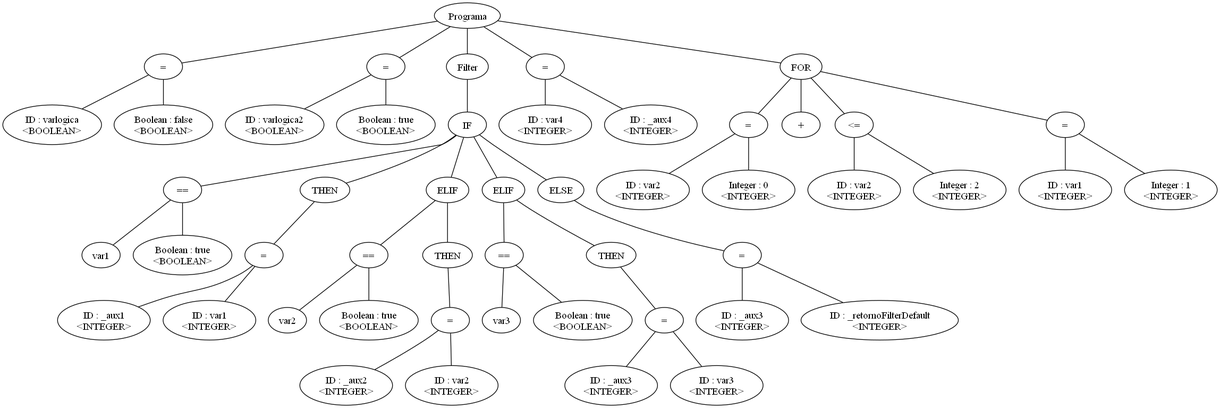
The Graphviz diagram arbol.png in leandroprios/compilador, before a commit. Its source is kept beside it as arbol.dot.
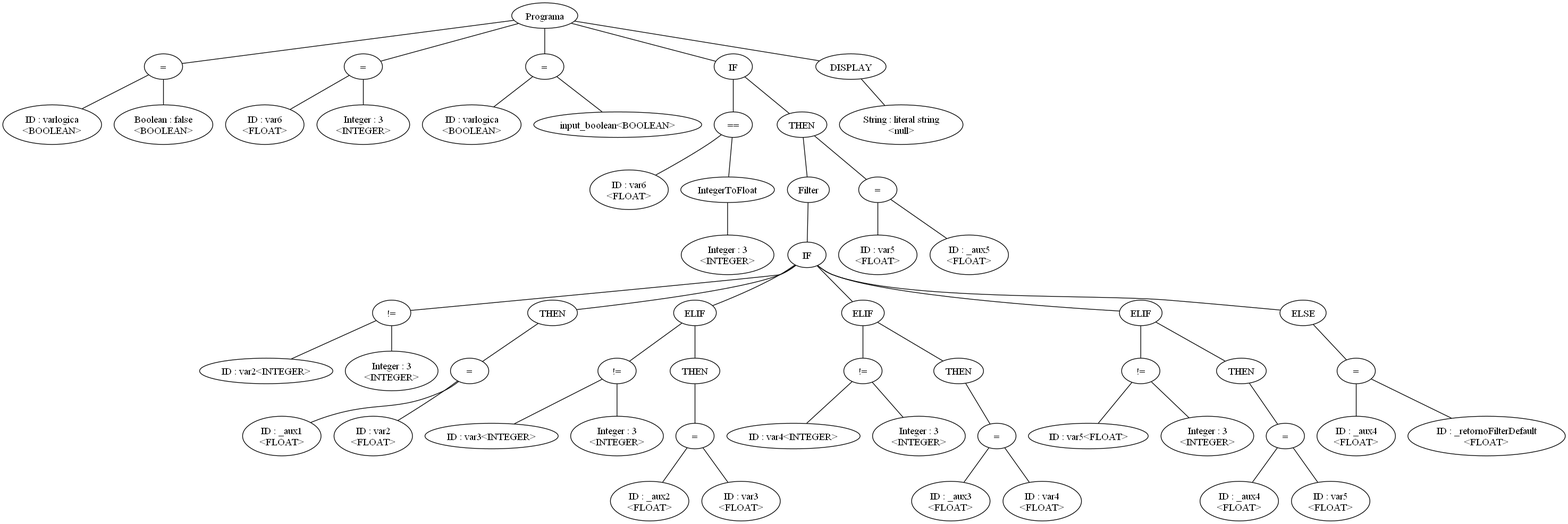
The same file after the commit.

Change to the diagram source:
```diff
@@ -1,100 +1,116 @@
-graph G {nodo_1359029841[label="Programa"]
-nodo_1631131077[label="="]
-nodo_1359029841--nodo_1631131077
-nodo_1608024555[label="ID : varlogica\n<BOOLEAN>"]
-nodo_1631131077--nodo_1608024555
-nodo_1531772277[label="Boolean : false\n<BOOLEAN>"]
-nodo_1631131077--nodo_1531772277
-nodo_52919267[label="="]
-nodo_1359029841--nodo_52919267
-nodo_706331007[label="ID : varlogica2\n<BOOLEAN>"]
-nodo_52919267--nodo_706331007
-nodo_827705870[label="Boolean : true\n<BOOLEAN>"]
-nodo_52919267--nodo_827705870
-nodo_223227396[label="Filter"]
-nodo_1359029841--nodo_223227396
-nodo_890156077[label="IF"]
-nodo_223227396--nodo_890156077
-nodo_1375242698[label="=="]
-nodo_890156077--nodo_1375242698
-nodo_1323449409[label="var1"]
-nodo_1375242698--nodo_1323449409
-nodo_849347991[label="Boolean : true\n<BOOLEAN>"]
-nodo_1375242698--nodo_849347991
-nodo_1555418274[label="THEN"]
-nodo_890156077--nodo_1555418274
-nodo_1743520120[label="="]
-nodo_1555418274--nodo_1743520120
-nodo_951269872[label="ID : _aux1\n<INTEGER>"]
-nodo_1743520120--nodo_951269872
-nodo_168628172[label="ID : var1\n<INTEGER>"]
-nodo_1743520120--nodo_168628172
-nodo_63610975[label="ELIF"]
-nodo_890156077--nodo_63610975
-nodo_69899935[label="=="]
-nodo_63610975--nodo_69899935
-nodo_636961619[label="var2"]
-nodo_69899935--nodo_636961619
-nodo_1206278990[label="Boolean : true\n<BOOLEAN>"]
-nodo_69899935--nodo_1206278990
-nodo_1820050450[label="THEN"]
-nodo_63610975--nodo_1820050450
-nodo_1102455163[label="="]
-nodo_1820050450--nodo_1102455163
-nodo_1589911493[label="ID : _aux2\n<INTEGER>"]
-nodo_1102455163--nodo_1589911493
-nodo_730665848[label="ID : var2\n<INTEGER>"]
-nodo_1102455163--nodo_730665848
-nodo_2084538583[label="ELIF"]
-nodo_890156077--nodo_2084538583
-nodo_208851922[label="=="]
-nodo_2084538583--nodo_208851922
-nodo_1924587438[label="var3"]
-nodo_208851922--nodo_1924587438
-nodo_828572755[label="Boolean : true\n<BOOLEAN>"]
-nodo_208851922--nodo_828572755
-nodo_68469581[label="THEN"]
-nodo_2084538583--nodo_68469581
-nodo_728556074[label="="]
-nodo_68469581--nodo_728556074
-nodo_1868763974[label="ID : _aux3\n<INTEGER>"]
-nodo_728556074--nodo_1868763974
-nodo_1175180133[label="ID : var3\n<INTEGER>"]
-nodo_728556074--nodo_1175180133
-nodo_1944976942[label="ELSE"]
-nodo_890156077--nodo_1944976942
-nodo_1763691930[label="="]
-nodo_1944976942--nodo_1763691930
-nodo_504433372[label="ID : _aux3\n<INTEGER>"]
-nodo_1763691930--nodo_504433372
-nodo_102326912[label="ID : _retornoFilterDefault\n<INTEGER>"]
-nodo_1763691930--nodo_102326912
-nodo_1406621514[label="="]
-nodo_1359029841--nodo_1406621514
-nodo_1152590775[label="ID : var4\n<INTEGER>"]
-nodo_1406621514--nodo_1152590775
-nodo_1382192663[label="ID : _aux4\n<INTEGER>"]
-nodo_1406621514--nodo_1382192663
-nodo_522384313[label="FOR"]
-nodo_1359029841--nodo_522384313
-nodo_1982241296[label="="]
-nodo_522384313--nodo_1982241296
-nodo_735420920[label="ID : var2\n<INTEGER>"]
-nodo_1982241296--nodo_735420920
-nodo_1832999099[label="Integer : 0\n<INTEGER>"]
-nodo_1982241296--nodo_1832999099
-nodo_1710674321[label="+"]
-nodo_522384313--nodo_1710674321
-nodo_658649381[label="<="]
-nodo_522384313--nodo_658649381
-nodo_555650644[label="ID : var2\n<INTEGER>"]
-nodo_658649381--nodo_555650644
-nodo_1191026252[label="Integer : 2\n<INTEGER>"]
-nodo_658649381--nodo_1191026252
-nodo_357868891[label="="]
-nodo_522384313--nodo_357868891
-nodo_598308301[label="ID : var1\n<INTEGER>"]
-nodo_357868891--nodo_598308301
-nodo_1989161922[label="Integer : 1\n<INTEGER>"]
-nodo_357868891--nodo_1989161922
+graph G {nodo_534634305[label="Programa"]
+nodo_346527874[label="="]
+nodo_534634305--nodo_346527874
+nodo_612598944[label="ID : varlogica\n<BOOLEAN>"]
+nodo_346527874--nodo_612598944
+nodo_245730528[label="Boolean : false\n<BOOLEAN>"]
+nodo_346527874--nodo_245730528
+nodo_2146663842[label="="]
+nodo_534634305--nodo_2146663842
+nodo_1463327062[label="ID : var6\n<FLOAT>"]
+nodo_2146663842--nodo_1463327062
+nodo_1864802709[label="Integer : 3\n<INTEGER>"]
+nodo_2146663842--nodo_1864802709
+nodo_1304879645[label="="]
+nodo_534634305--nodo_1304879645
+nodo_691837034[label="ID : varlogica\n<BOOLEAN>"]
+nodo_1304879645--nodo_691837034
+nodo_1304879645--nodo_987584050
+nodo_987584050[label="input_boolean<BOOLEAN>"]
+nodo_1621975797[label="IF"]
+nodo_534634305--nodo_1621975797
+nodo_436314871[label="=="]
+nodo_1621975797--nodo_436314871
+nodo_1471383061[label="ID : var6\n<FLOAT>"]
+nodo_436314871--nodo_1471383061
+nodo_126826007[label="IntegerToFloat"]
+nodo_436314871--nodo_126826007
+nodo_213800665[label="Integer : 3\n<INTEGER>"]
+nodo_126826007--nodo_213800665
+nodo_673622220[label="THEN"]
+nodo_1621975797--nodo_673622220
+nodo_1358423551[label="Filter"]
+nodo_673622220--nodo_1358423551
+nodo_775310968[label="IF"]
+nodo_1358423551--nodo_775310968
+nodo_1354817017[label="!="]
+nodo_775310968--nodo_1354817017
+nodo_826500609[label="ID : var2<INTEGER>"]
+nodo_1354817017--nodo_826500609
+nodo_1593095627[label="Integer : 3\n<INTEGER>"]
+nodo_1354817017--nodo_1593095627
+nodo_1591724543[label="THEN"]
+nodo_775310968--nodo_1591724543
+nodo_349460298[label="="]
+nodo_1591724543--nodo_349460298
+nodo_1041062079[label="ID : _aux1\n<FLOAT>"]
+nodo_349460298--nodo_1041062079
+nodo_1160570968[label="ID : var2\n<FLOAT>"]
+nodo_349460298--nodo_1160570968
+nodo_1812438883[label="ELIF"]
+nodo_775310968--nodo_1812438883
+nodo_1516239790[label="!="]
+nodo_1812438883--nodo_1516239790
+nodo_247699706[label="ID : var3<INTEGER>"]
+nodo_1516239790--nodo_247699706
+nodo_747626322[label="Integer : 3\n<INTEGER>"]
+nodo_1516239790--nodo_747626322
+nodo_295453102[label="THEN"]
+nodo_1812438883--nodo_295453102
+nodo_1493477254[label="="]
+nodo_295453102--nodo_1493477254
+nodo_1259532308[label="ID : _aux2\n<FLOAT>"]
+nodo_1493477254--nodo_1259532308
+nodo_422957931[label="ID : var3\n<FLOAT>"]
+nodo_1493477254--nodo_422957931
+nodo_2021553139[label="ELIF"]
+nodo_775310968--nodo_2021553139
+nodo_79348717[label="!="]
+nodo_2021553139--nodo_79348717
+nodo_1483997502[label="ID : var4<INTEGER>"]
+nodo_79348717--nodo_1483997502
+nodo_1877815248[label="Integer : 3\n<INTEGER>"]
+nodo_79348717--nodo_1877815248
+nodo_1219394533[label="THEN"]
+nodo_2021553139--nodo_1219394533
+nodo_913320691[label="="]
+nodo_1219394533--nodo_913320691
+nodo_1324724466[label="ID : _aux3\n<FLOAT>"]
+nodo_913320691--nodo_1324724466
+nodo_1214285139[label="ID : var4\n<FLOAT>"]
+nodo_913320691--nodo_1214285139
+nodo_360401642[label="ELIF"]
+nodo_775310968--nodo_360401642
+nodo_577494276[label="!="]
+nodo_360401642--nodo_577494276
+nodo_1106938779[label="ID : var5<FLOAT>"]
+nodo_577494276--nodo_1106938779
+nodo_234669290[label="Integer : 3\n<INTEGER>"]
+nodo_577494276--nodo_234669290
+nodo_1431558900[label="THEN"]
+nodo_360401642--nodo_1431558900
+nodo_1054905631[label="="]
+nodo_1431558900--nodo_1054905631
+nodo_726886155[label="ID : _aux4\n<FLOAT>"]
+nodo_1054905631--nodo_726886155
+nodo_1088630047[label="ID : var5\n<FLOAT>"]
+nodo_1054905631--nodo_1088630047
+nodo_1969447312[label="ELSE"]
+nodo_775310968--nodo_1969447312
+nodo_1194251956[label="="]
+nodo_1969447312--nodo_1194251956
+nodo_2012584549[label="ID : _aux4\n<FLOAT>"]
+nodo_1194251956--nodo_2012584549
+nodo_774359633[label="ID : _retornoFilterDefault\n<FLOAT>"]
+nodo_1194251956--nodo_774359633
+nodo_872576124[label="="]
+nodo_673622220--nodo_872576124
+nodo_86548286[label="ID : var5\n<FLOAT>"]
+nodo_872576124--nodo_86548286
+nodo_1591024460[label="ID : _aux5\n<FLOAT>"]
+nodo_872576124--nodo_1591024460
+nodo_1320167301[label="DISPLAY"]
+nodo_534634305--nodo_1320167301
+nodo_1765153723[label="String : literal string\n<null>"]
+nodo_1320167301--nodo_1765153723
 }
```
